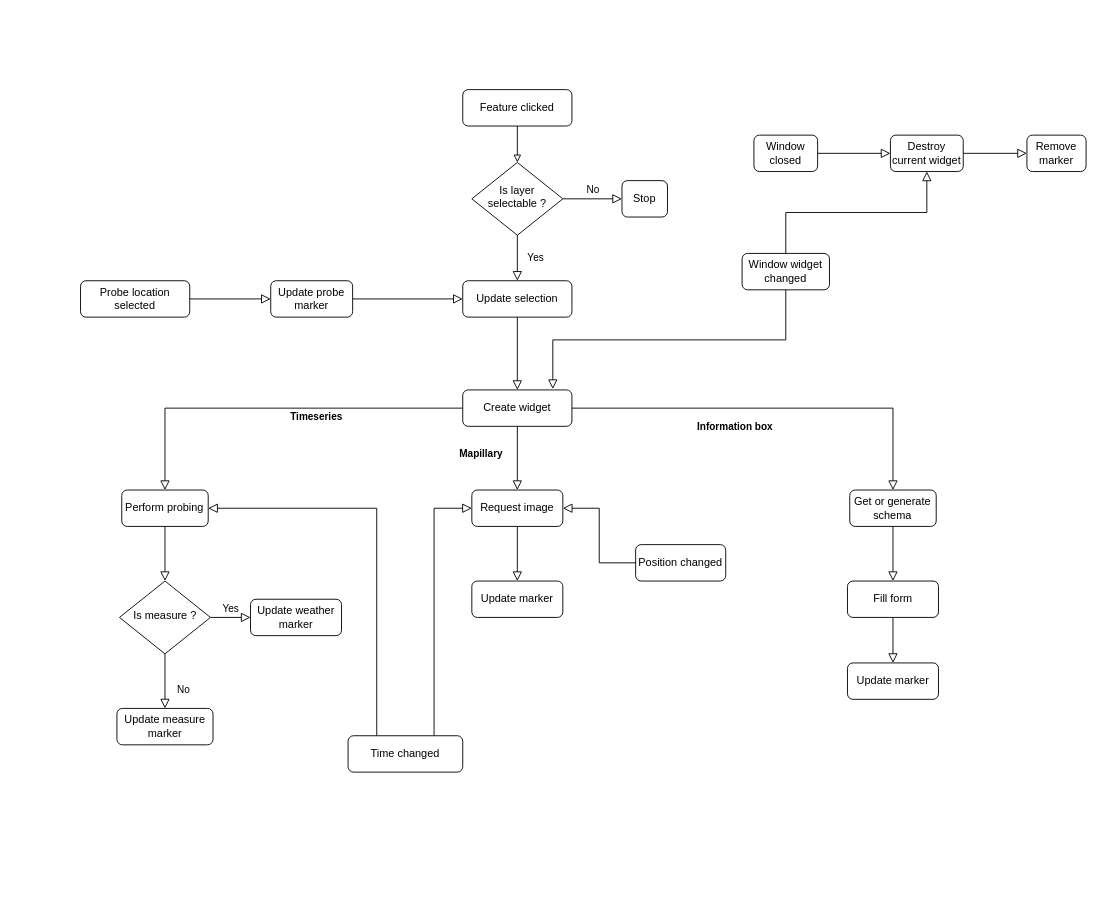
Earlier version of the draw.io diagram docs/assets/Widgets Workflow Diagram.drawio (kalisio/kdk). Source tidied: cells renumbered, new cells numbered last; positions are measured from the earlier drawing's top-left corner, leaving out a move shared by most shapes. Both pictures are drawn from the tidied source at 91%, with x=0, y=0 at pixel (80, 89).
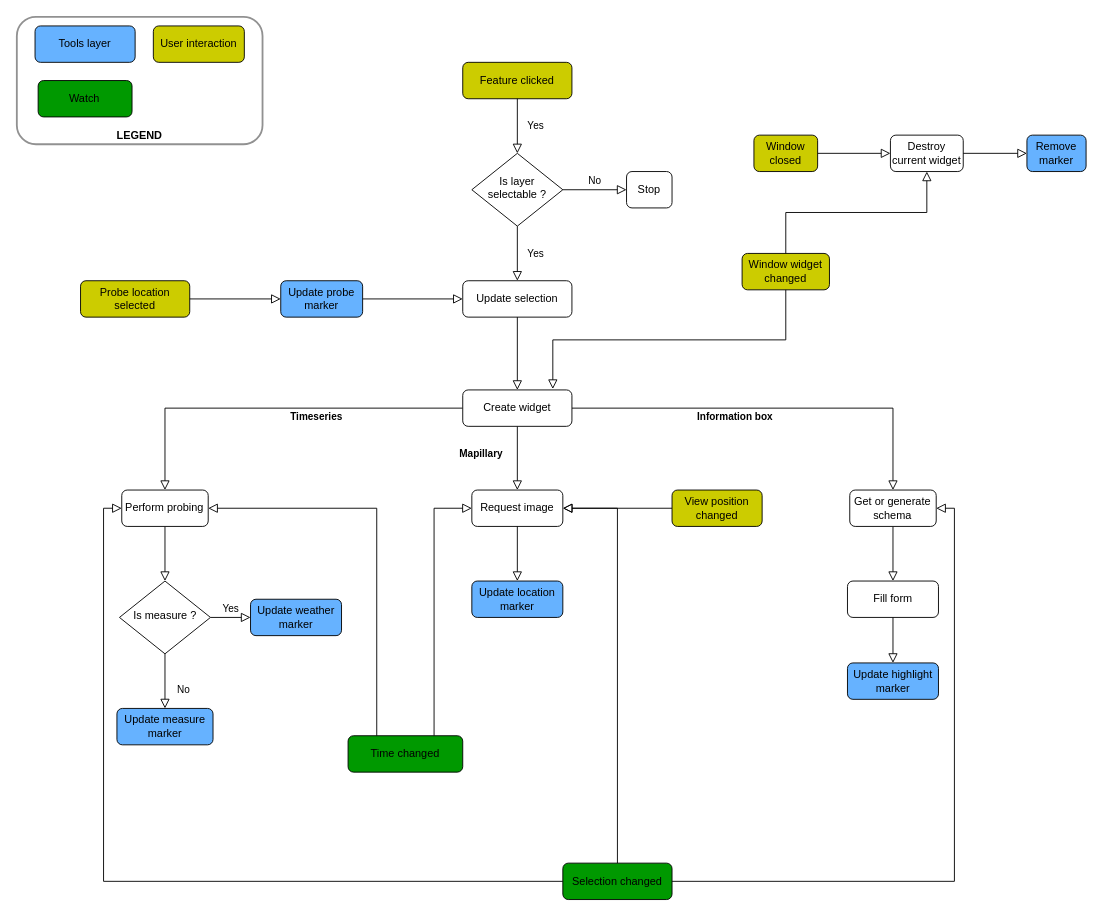
After the change.

Unchanged cells that the change refers to:
```xml
<mxCell id="9" value="Perform probing" style="rounded=1;whiteSpace=wrap;html=1;fontSize=12;glass=0;strokeWidth=1;shadow=0;" parent="1" vertex="1">
  <mxGeometry x="45.3" y="440" width="95" height="40" as="geometry" />
</mxCell>
<mxCell id="11" value="Request image" style="rounded=1;whiteSpace=wrap;html=1;fontSize=12;glass=0;strokeWidth=1;shadow=0;" parent="1" vertex="1">
  <mxGeometry x="430" y="440" width="100" height="40" as="geometry" />
</mxCell>
<mxCell id="20" value="Get or generate schema" style="rounded=1;whiteSpace=wrap;html=1;fontSize=12;glass=0;strokeWidth=1;shadow=0;" parent="1" vertex="1">
  <mxGeometry x="845.3" y="440" width="95" height="40" as="geometry" />
</mxCell>
<mxCell id="35" value="Create widget" style="rounded=1;whiteSpace=wrap;html=1;fontSize=12;glass=0;strokeWidth=1;shadow=0;" parent="1" vertex="1">
  <mxGeometry x="420" y="330" width="120" height="40" as="geometry" />
</mxCell>
```

The edit, as a diff of the source:
```diff
@@
-    <mxCell id="6" value="Update measure marker" style="rounded=1;whiteSpace=wrap;html=1;fontSize=12;glass=0;strokeWidth=1;shadow=0;" parent="1" vertex="1">
+    <mxCell id="6" value="Update measure marker" style="rounded=1;whiteSpace=wrap;html=1;fontSize=12;glass=0;strokeWidth=1;shadow=0;fillColor=#66B2FF;" parent="1" vertex="1">
       <mxGeometry x="40" y="680" width="105.6" height="40" as="geometry" />
     </mxCell>
-    <mxCell id="7" value="Update weather marker" style="rounded=1;whiteSpace=wrap;html=1;fontSize=12;glass=0;strokeWidth=1;shadow=0;" parent="1" vertex="1">
+    <mxCell id="7" value="Update weather marker" style="rounded=1;whiteSpace=wrap;html=1;fontSize=12;glass=0;strokeWidth=1;shadow=0;fillColor=#66B2FF;" parent="1" vertex="1">
       <mxGeometry x="186.8" y="560" width="100" height="40" as="geometry" />
     </mxCell>
@@
-    <mxCell id="10" value="Update marker" style="rounded=1;whiteSpace=wrap;html=1;fontSize=12;glass=0;strokeWidth=1;shadow=0;" parent="1" vertex="1">
+    <mxCell id="10" value="Update location marker" style="rounded=1;whiteSpace=wrap;html=1;fontSize=12;glass=0;strokeWidth=1;shadow=0;fillColor=#66B2FF;" parent="1" vertex="1">
       <mxGeometry x="430" y="540" width="100" height="40" as="geometry" />
     </mxCell>
@@
     <mxCell id="16" value="Is layer selectable ?" style="rhombus;whiteSpace=wrap;html=1;shadow=0;fontFamily=Helvetica;fontSize=12;align=center;strokeWidth=1;spacing=6;spacingTop=-4;" parent="1" vertex="1">
-      <mxGeometry x="430" y="80" width="100" height="80" as="geometry" />
+      <mxGeometry x="430" y="70" width="100" height="80" as="geometry" />
     </mxCell>
     <mxCell id="17" value="Stop" style="rounded=1;whiteSpace=wrap;html=1;fontSize=12;glass=0;strokeWidth=1;shadow=0;" parent="1" vertex="1">
-      <mxGeometry x="595" y="100" width="50" height="40" as="geometry" />
+      <mxGeometry x="600" y="90" width="50" height="40" as="geometry" />
     </mxCell>
@@
     <mxCell id="21" value="Information box" style="rounded=0;html=1;jettySize=auto;fontSize=11;endArrow=block;endFill=0;endSize=8;strokeWidth=1;shadow=0;labelBackgroundColor=none;edgeStyle=orthogonalEdgeStyle;fontStyle=1;exitX=1;exitY=0.5;exitDx=0;exitDy=0;" parent="1" edge="1" source="35" target="20">
-      <mxGeometry x="-0.19" y="-20" relative="1" as="geometry" />
+      <mxGeometry x="-0.19" y="-10" relative="1" as="geometry" />
     </mxCell>
-    <mxCell id="22" value="Time changed" style="rounded=1;whiteSpace=wrap;html=1;fontSize=12;glass=0;strokeWidth=1;shadow=0;" parent="1" vertex="1">
+    <mxCell id="22" value="Time changed" style="rounded=1;whiteSpace=wrap;html=1;fontSize=12;glass=0;strokeWidth=1;shadow=0;fillColor=#009900;" parent="1" vertex="1">
       <mxGeometry x="294" y="710" width="126" height="40" as="geometry" />
     </mxCell>
@@
-    <mxCell id="25" value="Probe location selected" style="rounded=1;whiteSpace=wrap;html=1;fontSize=12;glass=0;strokeWidth=1;shadow=0;" parent="1" vertex="1">
+    <mxCell id="25" value="Probe location selected" style="rounded=1;whiteSpace=wrap;html=1;fontSize=12;glass=0;strokeWidth=1;shadow=0;fillColor=#CCCC00;" parent="1" vertex="1">
       <mxGeometry y="210" width="120" height="40" as="geometry" />
     </mxCell>
@@
-    <mxCell id="27" value="Window widget changed" style="rounded=1;whiteSpace=wrap;html=1;fontSize=12;glass=0;strokeWidth=1;shadow=0;" parent="1" vertex="1">
+    <mxCell id="27" value="Window widget changed" style="rounded=1;whiteSpace=wrap;html=1;fontSize=12;glass=0;strokeWidth=1;shadow=0;fillColor=#CCCC00;" parent="1" vertex="1">
       <mxGeometry x="727" y="180" width="96" height="40" as="geometry" />
     </mxCell>
@@
-    <mxCell id="30" value="Remove&lt;br&gt;marker" style="rounded=1;whiteSpace=wrap;html=1;fontSize=12;glass=0;strokeWidth=1;shadow=0;" parent="1" vertex="1">
+    <mxCell id="30" value="Remove&lt;br&gt;marker" style="rounded=1;whiteSpace=wrap;html=1;fontSize=12;glass=0;strokeWidth=1;shadow=0;fillColor=#66B2FF;" parent="1" vertex="1">
       <mxGeometry x="1040" y="50" width="65" height="40" as="geometry" />
     </mxCell>
@@
-    <mxCell id="32" value="Feature clicked" style="rounded=1;whiteSpace=wrap;html=1;fontSize=12;glass=0;strokeWidth=1;shadow=0;" parent="1" vertex="1">
-      <mxGeometry x="420" width="120" height="40" as="geometry" />
+    <mxCell id="32" value="Feature clicked" style="rounded=1;whiteSpace=wrap;html=1;fontSize=12;glass=0;strokeWidth=1;shadow=0;fillColor=#CCCC00;" parent="1" vertex="1">
+      <mxGeometry x="420" y="-30" width="120" height="40" as="geometry" />
     </mxCell>
@@
-    <mxCell id="34" style="edgeStyle=orthogonalEdgeStyle;rounded=0;jettySize=auto;html=1;exitX=0.5;exitY=1;exitDx=0;exitDy=0;endArrow=block;endFill=0;" parent="1" edge="1" source="32" target="16">
-      <mxGeometry relative="1" as="geometry" />
-    </mxCell>
@@
-    <mxCell id="37" value="Window closed" style="rounded=1;whiteSpace=wrap;html=1;" parent="1" vertex="1">
+    <mxCell id="37" value="Window closed" style="rounded=1;whiteSpace=wrap;html=1;fillColor=#CCCC00;" parent="1" vertex="1">
       <mxGeometry x="740" y="50" width="70" height="40" as="geometry" />
     </mxCell>
-    <mxCell id="38" value="Update marker" style="rounded=1;whiteSpace=wrap;html=1;fontSize=12;glass=0;strokeWidth=1;shadow=0;" parent="1" vertex="1">
+    <mxCell id="38" value="Update highlight marker" style="rounded=1;whiteSpace=wrap;html=1;fontSize=12;glass=0;strokeWidth=1;shadow=0;fillColor=#66B2FF;" parent="1" vertex="1">
       <mxGeometry x="842.8" y="630" width="100" height="40" as="geometry" />
     </mxCell>
@@
-    <mxCell id="42" value="Update probe marker" style="rounded=1;whiteSpace=wrap;html=1;fontSize=12;glass=0;strokeWidth=1;shadow=0;" parent="1" vertex="1">
-      <mxGeometry x="209" y="210" width="90" height="40" as="geometry" />
+    <mxCell id="42" value="Update probe marker" style="rounded=1;whiteSpace=wrap;html=1;fontSize=12;glass=0;strokeWidth=1;shadow=0;fillColor=#66B2FF;" parent="1" vertex="1">
+      <mxGeometry x="220" y="210" width="90" height="40" as="geometry" />
     </mxCell>
@@
-    <mxCell id="44" value="Position changed" style="rounded=1;whiteSpace=wrap;html=1;fontSize=12;glass=0;strokeWidth=1;shadow=0;" parent="1" vertex="1">
-      <mxGeometry x="610" y="500" width="99" height="40" as="geometry" />
+    <mxCell id="44" value="View position changed" style="rounded=1;whiteSpace=wrap;html=1;fontSize=12;glass=0;strokeWidth=1;shadow=0;fillColor=#CCCC00;" parent="1" vertex="1">
+      <mxGeometry x="650" y="440" width="99" height="40" as="geometry" />
     </mxCell>
@@
+    <mxCell id="46" value="Selection changed" style="rounded=1;whiteSpace=wrap;html=1;fontSize=12;glass=0;strokeWidth=1;shadow=0;fillColor=#009900;" parent="1" vertex="1">
+      <mxGeometry x="530" y="850" width="120" height="40" as="geometry" />
+    </mxCell>
+    <mxCell id="47" style="edgeStyle=orthogonalEdgeStyle;rounded=0;jettySize=auto;html=1;exitX=0.5;exitY=0;exitDx=0;exitDy=0;entryX=1;entryY=0.5;entryDx=0;entryDy=0;endArrow=block;endFill=0;endSize=8;" parent="1" edge="1" source="46" target="11">
+      <mxGeometry relative="1" as="geometry">
+        <Array as="points">
+          <mxPoint x="590" y="460" />
+        </Array>
+      </mxGeometry>
+    </mxCell>
+    <mxCell id="48" style="edgeStyle=orthogonalEdgeStyle;rounded=0;jettySize=auto;html=1;exitX=0;exitY=0.5;exitDx=0;exitDy=0;entryX=0;entryY=0.5;entryDx=0;entryDy=0;endArrow=block;endFill=0;endSize=8;" parent="1" edge="1" source="46" target="9">
+      <mxGeometry relative="1" as="geometry" />
+    </mxCell>
+    <mxCell id="49" style="edgeStyle=orthogonalEdgeStyle;rounded=0;jettySize=auto;html=1;exitX=1;exitY=0.5;exitDx=0;exitDy=0;entryX=1;entryY=0.5;entryDx=0;entryDy=0;endArrow=block;endFill=0;endSize=8;" parent="1" edge="1" source="46" target="20">
+      <mxGeometry relative="1" as="geometry" />
+    </mxCell>
+    <mxCell id="50" style="group;" parent="1" vertex="1">
+      <mxGeometry x="-70" y="-80" width="270" height="140" as="geometry" />
+    </mxCell>
+    <mxCell id="51" value="Tools layer" style="rounded=1;whiteSpace=wrap;html=1;fontSize=12;glass=0;strokeWidth=1;shadow=0;fillColor=#66B2FF;" parent="50" vertex="1">
+      <mxGeometry x="20" y="10" width="110" height="40" as="geometry" />
+    </mxCell>
+    <mxCell id="52" value="Watch" style="rounded=1;whiteSpace=wrap;html=1;fontSize=12;glass=0;strokeWidth=1;shadow=0;fillColor=#009900;" parent="50" vertex="1">
+      <mxGeometry x="23.4" y="70" width="103.2" height="40" as="geometry" />
+    </mxCell>
+    <mxCell id="53" value="User interaction" style="rounded=1;whiteSpace=wrap;html=1;fillColor=#CCCC00;" parent="50" vertex="1">
+      <mxGeometry x="150" y="10" width="100" height="40" as="geometry" />
+    </mxCell>
+    <mxCell id="54" value="LEGEND" style="rounded=1;whiteSpace=wrap;html=1;fillColor=#FFFFFF00;strokeWidth=2;strokeColor=#919191;verticalAlign=bottom;fontStyle=1;" parent="50" vertex="1">
+      <mxGeometry width="270" height="140" as="geometry" />
+    </mxCell>
+    <mxCell id="34" value="Yes" style="rounded=0;html=1;jettySize=auto;fontSize=11;endArrow=block;endFill=0;endSize=8;strokeWidth=1;shadow=0;labelBackgroundColor=none;edgeStyle=orthogonalEdgeStyle;exitX=0.5;exitY=1;exitDx=0;exitDy=0;" parent="1" edge="1" source="32" target="16">
+      <mxGeometry y="20" relative="1" as="geometry" />
+    </mxCell>
```
